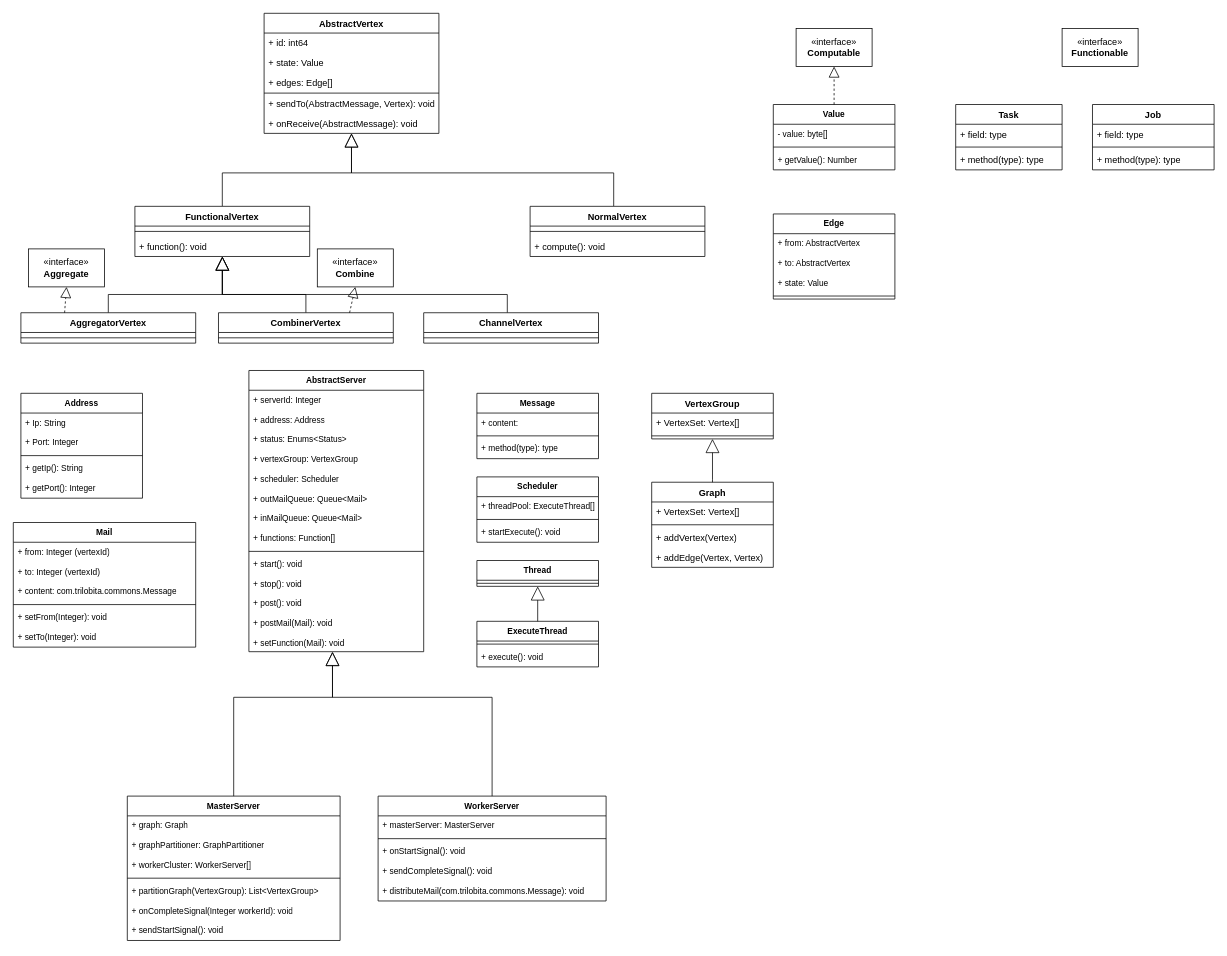
This is docs/developer/StructureDiagram.drawio from TsukiSky/Trilobita, a draw.io file, before an edit. Source tidied: cells renumbered, new cells numbered last; positions are measured from the earlier drawing's top-left corner, leaving out a move shared by most shapes. Both pictures are drawn from the tidied source at 76%, with x=0, y=0 at pixel (13, 13).
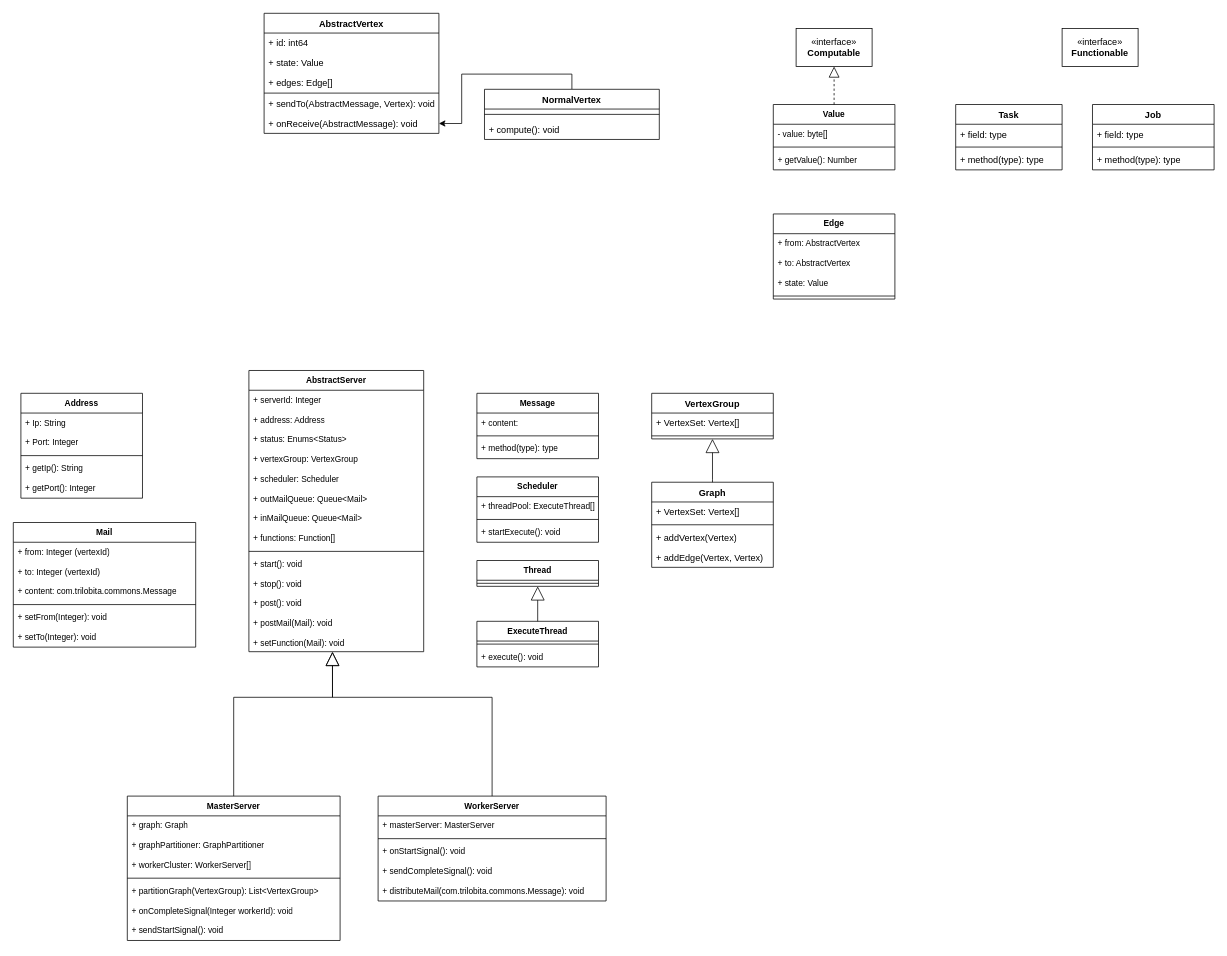
Above is the later version.

Unchanged cells that the change refers to:
```xml
<mxCell id="4" value="AbstractVertex" style="swimlane;fontStyle=1;align=center;verticalAlign=top;horizontal=1;startSize=26;whiteSpace=wrap;html=1;" parent="1" vertex="1">
  <mxGeometry x="330" width="230" height="158" as="geometry" />
</mxCell>
<mxCell id="10" value="+ onReceive(AbstractMessage): void" style="text;strokeColor=none;fillColor=none;align=left;verticalAlign=top;spacingLeft=4;spacingRight=4;overflow=hidden;points=[[0,0.5],[1,0.5]];portConstraint=eastwest;whiteSpace=wrap;html=1;" parent="4" vertex="1">
  <mxGeometry y="132" width="230" height="26" as="geometry" />
</mxCell>
```

Change to the diagram source:
```diff
@@
-    <mxCell id="2" style="edgeStyle=orthogonalEdgeStyle;shape=connector;rounded=0;jettySize=auto;html=1;labelBackgroundColor=default;strokeColor=default;align=center;verticalAlign=middle;fontFamily=Helvetica;fontSize=11;fontColor=default;endArrow=block;endFill=0;endSize=16;" parent="1" edge="1" source="12" target="4">
-      <mxGeometry relative="1" as="geometry">
-        <Array as="points">
-          <mxPoint x="790" y="210" />
-          <mxPoint x="445" y="210" />
-        </Array>
-      </mxGeometry>
-    </mxCell>
-    <mxCell id="3" style="edgeStyle=orthogonalEdgeStyle;shape=connector;rounded=0;jettySize=auto;html=1;labelBackgroundColor=default;strokeColor=default;align=center;verticalAlign=middle;fontFamily=Helvetica;fontSize=11;fontColor=default;endArrow=block;endFill=0;endSize=16;" parent="1" edge="1" source="18" target="4">
-      <mxGeometry relative="1" as="geometry">
-        <Array as="points">
-          <mxPoint x="275" y="210" />
-          <mxPoint x="445" y="210" />
-        </Array>
-      </mxGeometry>
-    </mxCell>
@@
-    <mxCell id="11" value="«interface»&lt;br&gt;&lt;b&gt;Aggregate&lt;/b&gt;" style="html=1;whiteSpace=wrap;" parent="1" vertex="1">
-      <mxGeometry x="20" y="310" width="100" height="50" as="geometry" />
-    </mxCell>
+    <mxCell id="117" style="edgeStyle=orthogonalEdgeStyle;rounded=0;jettySize=auto;html=1;exitX=0.5;exitY=0;exitDx=0;exitDy=0;" parent="1" edge="1" source="12" target="10">
+      <mxGeometry relative="1" as="geometry" />
+    </mxCell>
     <mxCell id="12" value="NormalVertex" style="swimlane;fontStyle=1;align=center;verticalAlign=top;horizontal=1;startSize=26;whiteSpace=wrap;html=1;" parent="1" vertex="1">
-      <mxGeometry x="680" y="254" width="230" height="66" as="geometry" />
+      <mxGeometry x="620" y="100" width="230" height="66" as="geometry" />
     </mxCell>
@@
-    <mxCell id="15" style="edgeStyle=orthogonalEdgeStyle;shape=connector;rounded=0;jettySize=auto;html=1;labelBackgroundColor=default;strokeColor=default;align=center;verticalAlign=middle;fontFamily=Helvetica;fontSize=11;fontColor=default;endArrow=block;endFill=0;endSize=16;" parent="1" edge="1" source="21" target="18">
-      <mxGeometry relative="1" as="geometry">
-        <Array as="points">
-          <mxPoint x="125" y="370" />
-          <mxPoint x="275" y="370" />
-        </Array>
-      </mxGeometry>
-    </mxCell>
-    <mxCell id="16" style="edgeStyle=orthogonalEdgeStyle;shape=connector;rounded=0;jettySize=auto;html=1;labelBackgroundColor=default;strokeColor=default;align=center;verticalAlign=middle;fontFamily=Helvetica;fontSize=11;fontColor=default;endArrow=block;endFill=0;endSize=16;exitX=0.5;exitY=0;exitDx=0;exitDy=0;" parent="1" edge="1" source="24" target="18">
-      <mxGeometry relative="1" as="geometry">
-        <Array as="points">
-          <mxPoint x="385" y="370" />
-          <mxPoint x="275" y="370" />
-        </Array>
-      </mxGeometry>
-    </mxCell>
-    <mxCell id="17" style="edgeStyle=orthogonalEdgeStyle;shape=connector;rounded=0;jettySize=auto;html=1;labelBackgroundColor=default;strokeColor=default;align=center;verticalAlign=middle;fontFamily=Helvetica;fontSize=11;fontColor=default;endArrow=block;endFill=0;endSize=16;entryX=0.501;entryY=1.004;entryDx=0;entryDy=0;entryPerimeter=0;" parent="1" edge="1" source="39" target="20">
-      <mxGeometry relative="1" as="geometry">
-        <Array as="points">
-          <mxPoint x="650" y="370" />
-          <mxPoint x="275" y="370" />
-        </Array>
-      </mxGeometry>
-    </mxCell>
-    <mxCell id="18" value="FunctionalVertex" style="swimlane;fontStyle=1;align=center;verticalAlign=top;horizontal=1;startSize=26;whiteSpace=wrap;html=1;" parent="1" vertex="1">
-      <mxGeometry x="160" y="254" width="230" height="66" as="geometry" />
-    </mxCell>
-    <mxCell id="19" style="line;strokeWidth=1;fillColor=none;align=left;verticalAlign=middle;spacingTop=-1;spacingLeft=3;spacingRight=3;labelPosition=right;strokeColor=inherit;" parent="18" vertex="1">
-      <mxGeometry y="26" width="230" height="14" as="geometry" />
-    </mxCell>
-    <mxCell id="20" value="+ function(): void" style="text;strokeColor=none;fillColor=none;align=left;verticalAlign=top;spacingLeft=4;spacingRight=4;overflow=hidden;points=[[0,0.5],[1,0.5]];portConstraint=eastwest;whiteSpace=wrap;html=1;" parent="18" vertex="1">
-      <mxGeometry y="40" width="230" height="26" as="geometry" />
-    </mxCell>
-    <mxCell id="21" value="AggregatorVertex" style="swimlane;fontStyle=1;align=center;verticalAlign=top;horizontal=1;startSize=26;whiteSpace=wrap;html=1;" parent="1" vertex="1">
-      <mxGeometry x="10" y="394" width="230" height="40" as="geometry" />
-    </mxCell>
-    <mxCell id="22" style="line;strokeWidth=1;fillColor=none;align=left;verticalAlign=middle;spacingTop=-1;spacingLeft=3;spacingRight=3;labelPosition=right;strokeColor=inherit;" parent="21" vertex="1">
-      <mxGeometry y="26" width="230" height="14" as="geometry" />
-    </mxCell>
-    <mxCell id="23" style="endArrow=block;dashed=1;endFill=0;endSize=12;html=1;rounded=0;labelBackgroundColor=default;strokeColor=default;align=center;verticalAlign=middle;fontFamily=Helvetica;fontSize=11;fontColor=default;shape=connector;entryX=0.5;entryY=1;entryDx=0;entryDy=0;exitX=0.25;exitY=0;exitDx=0;exitDy=0;" parent="1" edge="1" source="21" target="11">
-      <mxGeometry relative="1" as="geometry" />
-    </mxCell>
-    <mxCell id="24" value="CombinerVertex" style="swimlane;fontStyle=1;align=center;verticalAlign=top;horizontal=1;startSize=26;whiteSpace=wrap;html=1;" parent="1" vertex="1">
-      <mxGeometry x="270" y="394" width="230" height="40" as="geometry" />
-    </mxCell>
-    <mxCell id="25" style="line;strokeWidth=1;fillColor=none;align=left;verticalAlign=middle;spacingTop=-1;spacingLeft=3;spacingRight=3;labelPosition=right;strokeColor=inherit;" parent="24" vertex="1">
-      <mxGeometry y="26" width="230" height="14" as="geometry" />
-    </mxCell>
-    <mxCell id="26" value="«interface»&lt;br&gt;&lt;b&gt;Combine&lt;/b&gt;" style="html=1;whiteSpace=wrap;" parent="1" vertex="1">
-      <mxGeometry x="400" y="310" width="100" height="50" as="geometry" />
-    </mxCell>
-    <mxCell id="27" style="endArrow=block;dashed=1;endFill=0;endSize=12;html=1;rounded=0;labelBackgroundColor=default;strokeColor=default;align=center;verticalAlign=middle;fontFamily=Helvetica;fontSize=11;fontColor=default;shape=connector;entryX=0.5;entryY=1;entryDx=0;entryDy=0;exitX=0.75;exitY=0;exitDx=0;exitDy=0;" parent="1" edge="1" source="24" target="26">
-      <mxGeometry relative="1" as="geometry" />
-    </mxCell>
@@
-    <mxCell id="39" value="ChannelVertex" style="swimlane;fontStyle=1;align=center;verticalAlign=top;horizontal=1;startSize=26;whiteSpace=wrap;html=1;" parent="1" vertex="1">
-      <mxGeometry x="540" y="394" width="230" height="40" as="geometry" />
-    </mxCell>
-    <mxCell id="40" style="line;strokeWidth=1;fillColor=none;align=left;verticalAlign=middle;spacingTop=-1;spacingLeft=3;spacingRight=3;labelPosition=right;strokeColor=inherit;" parent="39" vertex="1">
-      <mxGeometry y="26" width="230" height="14" as="geometry" />
-    </mxCell>
```
